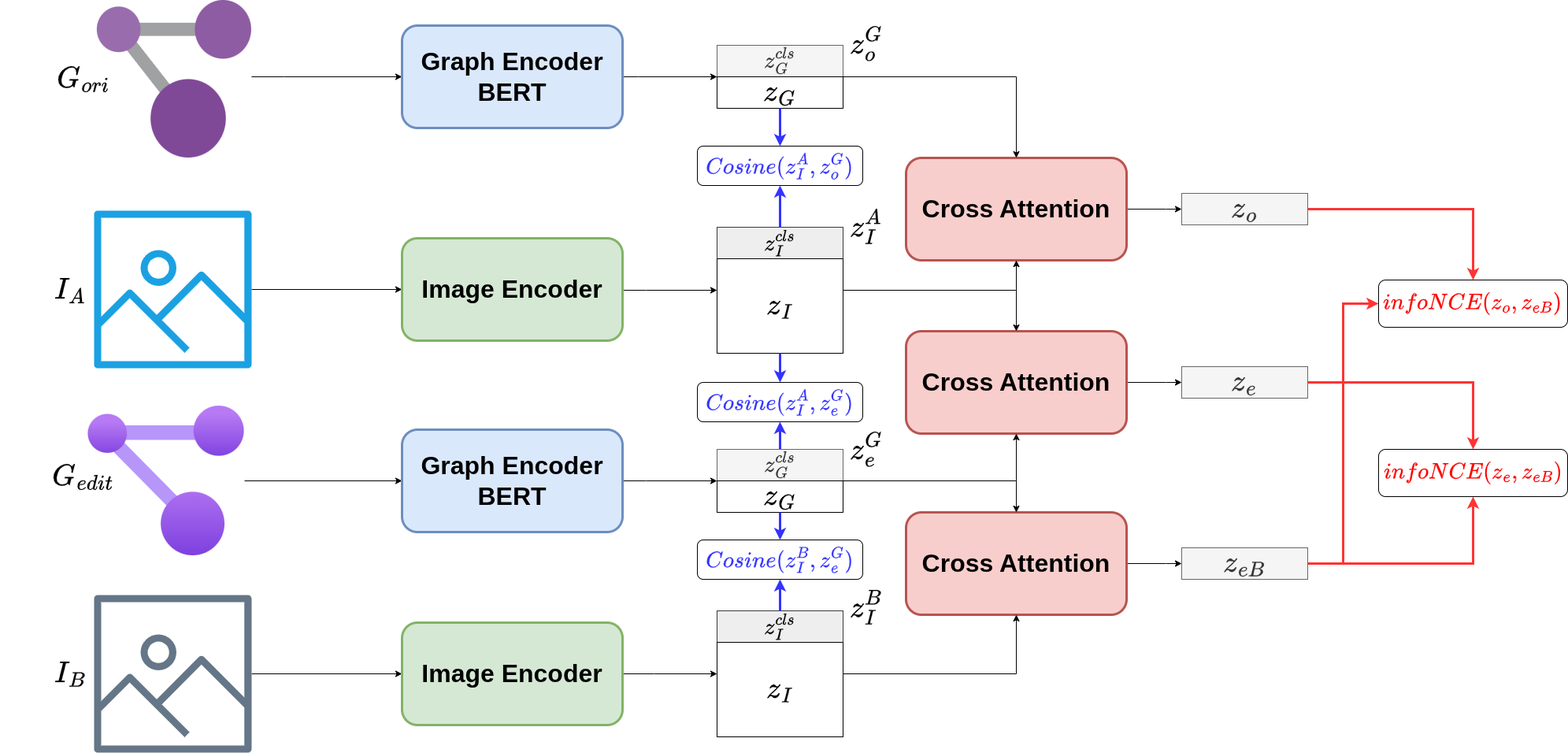
This is Images/CrossEncoder/Proposed_Framework.png from PDD0911-HCMUS/SG-Retrieval, a draw.io export, as it was before one commit. Source tidied: cells renumbered, new cells last; positions are measured from the earlier drawing's top-left corner, leaving out a move shared by most shapes.
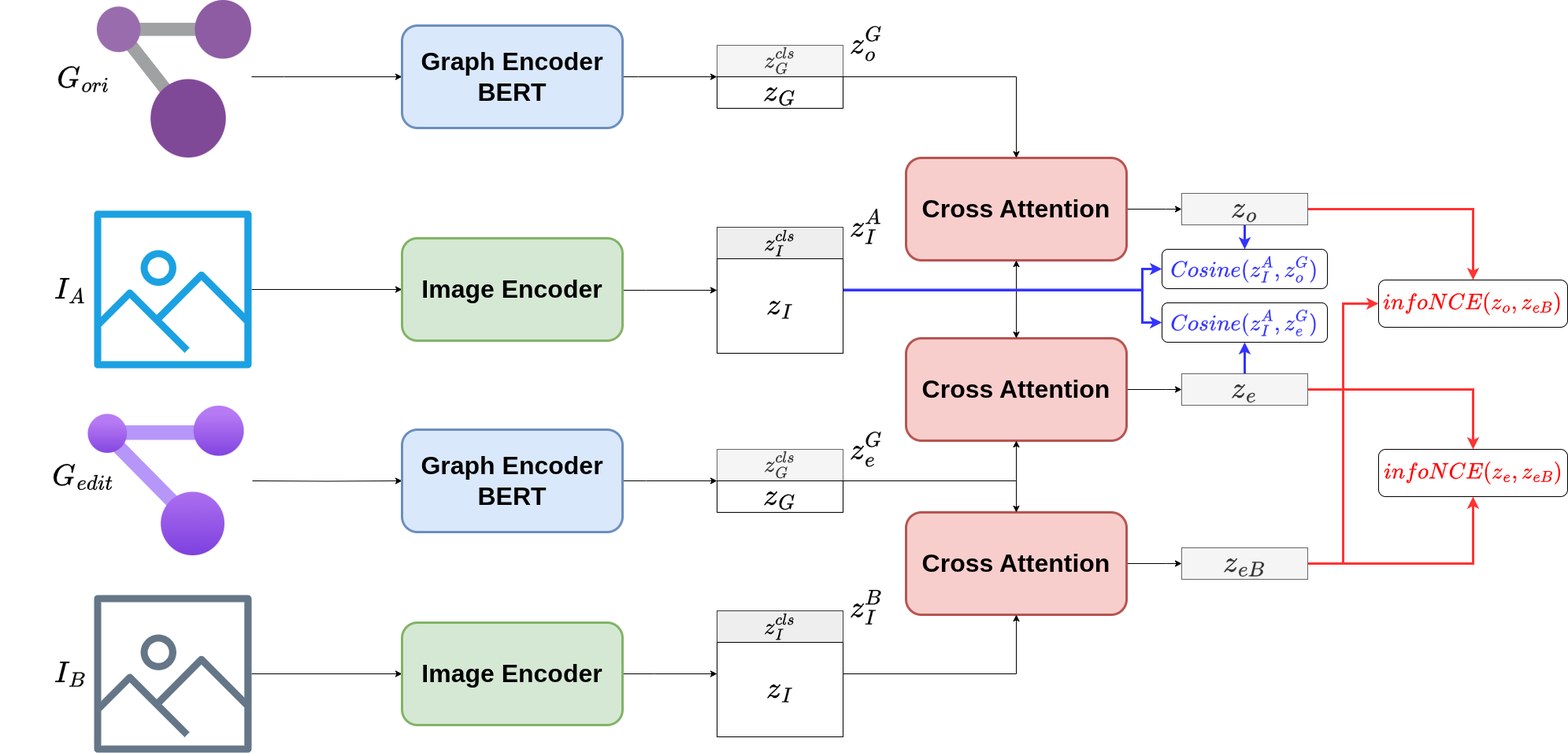
The same diagram one commit later.

What changed in the source:
```diff
@@ -25,8 +25,10 @@
     <mxCell id="7" style="image;sketch=0;html=1;points=[];align=center;fontSize=12;image=img/lib/mscae/Resource_Graph_Explorer.svg;" parent="1" vertex="1">
       <mxGeometry x="122.9" width="196" height="200" as="geometry" />
     </mxCell>
-    <mxCell id="8" style="edgeStyle=orthogonalEdgeStyle;rounded=0;jettySize=auto;html=1;entryX=0;entryY=0.5;entryDx=0;entryDy=0;" parent="1" edge="1" source="9" target="17">
-      <mxGeometry relative="1" as="geometry" />
+    <mxCell id="8" style="edgeStyle=orthogonalEdgeStyle;rounded=0;jettySize=auto;html=1;entryX=0;entryY=0.5;entryDx=0;entryDy=0;" parent="1" edge="1" target="17">
+      <mxGeometry relative="1" as="geometry">
+        <mxPoint x="320" y="610" as="sourcePoint" />
+      </mxGeometry>
     </mxCell>
     <mxCell id="9" style="image;html=1;points=[];align=center;fontSize=12;image=img/lib/azure2/management_governance/Resource_Graph_Explorer.svg;" parent="1" vertex="1">
       <mxGeometry x="111.1" y="515" width="198.9" height="190" as="geometry" />
@@ -79,29 +81,36 @@
     <mxCell id="19" value="Cross Attention" style="rounded=1;whiteSpace=wrap;html=1;fontSize=32;fontStyle=1;fillColor=#f8cecc;strokeColor=#b85450;strokeWidth=3;" parent="1" vertex="1">
       <mxGeometry x="1150" y="650" width="280" height="130" as="geometry" />
     </mxCell>
-    <mxCell id="20" style="edgeStyle=orthogonalEdgeStyle;rounded=0;jettySize=auto;html=1;entryX=0;entryY=0;entryDx=0;entryDy=0;" parent="1" edge="1" source="21">
+    <mxCell id="20" style="edgeStyle=orthogonalEdgeStyle;rounded=0;orthogonalLoop=1;jettySize=auto;html=1;entryX=0;entryY=0;entryDx=0;entryDy=0;" parent="1" edge="1">
       <mxGeometry relative="1" as="geometry">
-        <mxPoint x="1500" y="485" as="targetPoint" />
+        <mxPoint x="1430" y="494" as="sourcePoint" />
+        <mxPoint x="1500" y="494" as="targetPoint" />
         <Array as="points">
-          <mxPoint x="1480" y="485" />
-          <mxPoint x="1480" y="485" />
+          <mxPoint x="1480" y="494" />
+          <mxPoint x="1480" y="494" />
         </Array>
       </mxGeometry>
     </mxCell>
     <mxCell id="21" value="Cross Attention" style="rounded=1;whiteSpace=wrap;html=1;fontSize=32;fontStyle=1;fillColor=#f8cecc;strokeColor=#b85450;strokeWidth=3;" parent="1" vertex="1">
-      <mxGeometry x="1150" y="420" width="280" height="130" as="geometry" />
+      <mxGeometry x="1150" y="429" width="280" height="130" as="geometry" />
     </mxCell>
     <mxCell id="22" style="edgeStyle=orthogonalEdgeStyle;rounded=0;jettySize=auto;html=1;entryX=0.5;entryY=0;entryDx=0;entryDy=0;strokeColor=#FF3333;strokeWidth=3;" parent="1" edge="1" source="23" target="60">
       <mxGeometry relative="1" as="geometry" />
     </mxCell>
+    <mxCell id="67" style="edgeStyle=orthogonalEdgeStyle;rounded=0;jettySize=auto;html=1;strokeColor=#3333FF;strokeWidth=3;" parent="1" edge="1" source="23" target="53">
+      <mxGeometry relative="1" as="geometry" />
+    </mxCell>
     <mxCell id="23" value="$$z_o$$" style="rounded=0;whiteSpace=wrap;html=1;fillColor=#f5f5f5;fontColor=#333333;strokeColor=#666666;fontSize=32;fontStyle=1;" parent="1" vertex="1">
       <mxGeometry x="1500" y="245" width="160" height="40" as="geometry" />
     </mxCell>
     <mxCell id="24" style="edgeStyle=orthogonalEdgeStyle;rounded=0;jettySize=auto;html=1;entryX=0.5;entryY=0;entryDx=0;entryDy=0;strokeColor=#FF3333;strokeWidth=3;" parent="1" edge="1" source="25" target="59">
       <mxGeometry relative="1" as="geometry" />
     </mxCell>
+    <mxCell id="68" style="edgeStyle=orthogonalEdgeStyle;rounded=0;jettySize=auto;html=1;strokeColor=#3333FF;strokeWidth=3;" parent="1" edge="1" source="25" target="51">
+      <mxGeometry relative="1" as="geometry" />
+    </mxCell>
     <mxCell id="25" value="$$z_e$$" style="rounded=0;whiteSpace=wrap;html=1;fillColor=#f5f5f5;fontColor=#333333;strokeColor=#666666;fontSize=32;fontStyle=1;" parent="1" vertex="1">
-      <mxGeometry x="1500" y="465" width="160" height="40" as="geometry" />
+      <mxGeometry x="1500" y="474" width="160" height="40" as="geometry" />
     </mxCell>
     <mxCell id="26" style="edgeStyle=orthogonalEdgeStyle;rounded=0;jettySize=auto;html=1;entryX=0;entryY=0.5;entryDx=0;entryDy=0;strokeColor=#FF3333;strokeWidth=3;" parent="1" edge="1" source="28" target="60">
       <mxGeometry relative="1" as="geometry" />
@@ -181,20 +190,6 @@
     <mxCell id="42" value="$$z_G$$" style="rounded=0;whiteSpace=wrap;html=1;fontSize=32;" parent="40" vertex="1">
       <mxGeometry y="40" width="160" height="40" as="geometry" />
     </mxCell>
-    <mxCell id="43" style="group;" parent="1" vertex="1">
-      <mxGeometry x="910" y="288" width="190" height="160" as="geometry" />
-    </mxCell>
-    <mxCell id="44" value="&lt;span style=&quot;font-size: 24px;&quot;&gt;$$z^{cls}_I$$&lt;/span&gt;" style="rounded=0;whiteSpace=wrap;html=1;fillColor=#eeeeee;strokeColor=#36393d;" parent="43" vertex="1">
-      <mxGeometry width="160" height="40" as="geometry" />
-    </mxCell>
-    <mxCell id="45" value="&lt;span style=&quot;font-size: 32px;&quot;&gt;$$z_I$$&lt;/span&gt;" style="rounded=0;whiteSpace=wrap;html=1;" parent="43" vertex="1">
-      <mxGeometry y="40" width="160" height="120" as="geometry" />
-    </mxCell>
-    <mxCell id="46" style="endArrow=classic;html=1;rounded=0;entryX=0.5;entryY=0;entryDx=0;entryDy=0;strokeColor=#3333FF;strokeWidth=3;" parent="43" edge="1" target="51">
-      <mxGeometry relative="1" as="geometry">
-        <mxPoint x="80" y="160" as="sourcePoint" />
-      </mxGeometry>
-    </mxCell>
     <mxCell id="47" style="endArrow=classic;html=1;rounded=0;entryX=0.5;entryY=0;entryDx=0;entryDy=0;exitX=1;exitY=0;exitDx=0;exitDy=0;" parent="1" edge="1" target="39">
       <mxGeometry relative="1" as="geometry">
         <mxPoint x="1070" y="97" as="sourcePoint" />
@@ -227,32 +222,19 @@
         </Array>
       </mxGeometry>
     </mxCell>
-    <mxCell id="51" value="&lt;span style=&quot;color: rgb(51, 51, 255); font-size: 24px; text-wrap-mode: nowrap;&quot;&gt;$$Cosine(z^{A}_{I},z^{G}_{e})$$&lt;/span&gt;" style="rounded=1;whiteSpace=wrap;html=1;" parent="1" vertex="1">
-      <mxGeometry x="885" y="485" width="210" height="50" as="geometry" />
-    </mxCell>
-    <mxCell id="52" style="endArrow=classic;html=1;rounded=0;entryX=0.5;entryY=1;entryDx=0;entryDy=0;strokeColor=#3333FF;strokeWidth=3;" parent="1" edge="1" target="51">
-      <mxGeometry relative="1" as="geometry">
-        <mxPoint x="990" y="570" as="sourcePoint" />
-      </mxGeometry>
-    </mxCell>
     <mxCell id="53" value="&lt;span style=&quot;color: rgb(51, 51, 255); font-size: 24px; text-wrap-mode: nowrap;&quot;&gt;$$Cosine(z^{A}_{I},z^{G}_{o})$$&lt;/span&gt;" style="rounded=1;whiteSpace=wrap;html=1;" parent="1" vertex="1">
-      <mxGeometry x="885" y="185" width="210" height="50" as="geometry" />
+      <mxGeometry x="1475" y="316" width="210" height="50" as="geometry" />
     </mxCell>
     <mxCell id="54" value="&lt;span style=&quot;font-size: 24px;&quot;&gt;$$z^{cls}_G$$&lt;/span&gt;" style="rounded=0;whiteSpace=wrap;html=1;fillColor=#f5f5f5;fontColor=#333333;strokeColor=#666666;" parent="1" vertex="1">
       <mxGeometry x="910" y="570" width="160" height="40" as="geometry" />
     </mxCell>
-    <mxCell id="55" style="edgeStyle=orthogonalEdgeStyle;rounded=0;jettySize=auto;html=1;entryX=0.5;entryY=0;entryDx=0;entryDy=0;fontColor=#3333FF;strokeColor=#3333FF;strokeWidth=3;" parent="1" edge="1" source="42" target="53">
-      <mxGeometry relative="1" as="geometry" />
-    </mxCell>
-    <mxCell id="56" style="edgeStyle=orthogonalEdgeStyle;rounded=0;jettySize=auto;html=1;entryX=0.5;entryY=1;entryDx=0;entryDy=0;fontColor=#3333FF;strokeColor=#3333FF;strokeWidth=3;" parent="1" edge="1" source="44" target="53">
-      <mxGeometry relative="1" as="geometry" />
+    <mxCell id="56" style="edgeStyle=orthogonalEdgeStyle;rounded=0;jettySize=auto;html=1;fontColor=#3333FF;strokeColor=#3333FF;strokeWidth=3;exitX=0.998;exitY=0.33;exitDx=0;exitDy=0;exitPerimeter=0;entryX=0;entryY=0.5;entryDx=0;entryDy=0;" parent="1" edge="1" source="45" target="53">
+      <mxGeometry relative="1" as="geometry">
+        <Array as="points">
+          <mxPoint x="1450" y="368" />
+        </Array>
+      </mxGeometry>
     </mxCell>
-    <mxCell id="57" value="&lt;span style=&quot;color: rgb(51, 51, 255); font-size: 24px; text-wrap-mode: nowrap;&quot;&gt;$$Cosine(z^{B}_{I},z^{G}_{e})$$&lt;/span&gt;" style="rounded=1;whiteSpace=wrap;html=1;" parent="1" vertex="1">
-      <mxGeometry x="885" y="685" width="210" height="50" as="geometry" />
-    </mxCell>
-    <mxCell id="58" style="edgeStyle=orthogonalEdgeStyle;rounded=0;jettySize=auto;html=1;strokeColor=#3333FF;strokeWidth=3;" parent="1" edge="1" source="30" target="57">
-      <mxGeometry relative="1" as="geometry" />
-    </mxCell>
     <mxCell id="59" value="&lt;span style=&quot;color: rgb(255, 0, 0); font-size: 24px; text-wrap-mode: nowrap;&quot;&gt;$$infoNCE(z_e,z_{eB})$$&lt;/span&gt;" style="rounded=1;whiteSpace=wrap;html=1;" parent="1" vertex="1">
       <mxGeometry x="1750" y="570" width="240" height="60" as="geometry" />
     </mxCell>
@@ -274,8 +256,25 @@
     <mxCell id="65" value="$$z_G$$" style="rounded=0;whiteSpace=wrap;html=1;fontSize=32;" parent="1" vertex="1">
       <mxGeometry x="910" y="610" width="160" height="40" as="geometry" />
     </mxCell>
-    <mxCell id="66" style="endArrow=classic;html=1;rounded=0;entryX=0.5;entryY=0;entryDx=0;entryDy=0;exitX=0.5;exitY=1;exitDx=0;exitDy=0;strokeColor=#3333FF;strokeWidth=3;" parent="1" edge="1" source="65" target="57">
-      <mxGeometry relative="1" as="geometry" />
-    </mxCell>
+    <mxCell id="69" style="group;" parent="1" vertex="1">
+      <mxGeometry x="910" y="288" width="160" height="160" as="geometry" />
+    </mxCell>
+    <mxCell id="44" value="&lt;span style=&quot;font-size: 24px;&quot;&gt;$$z^{cls}_I$$&lt;/span&gt;" style="rounded=0;whiteSpace=wrap;html=1;fillColor=#eeeeee;strokeColor=#36393d;" parent="69" vertex="1">
+      <mxGeometry width="160" height="40" as="geometry" />
+    </mxCell>
+    <mxCell id="45" value="&lt;span style=&quot;font-size: 32px;&quot;&gt;$$z_I$$&lt;/span&gt;" style="rounded=0;whiteSpace=wrap;html=1;" parent="69" vertex="1">
+      <mxGeometry y="40" width="160" height="120" as="geometry" />
+    </mxCell>
+    <mxCell id="51" value="&lt;span style=&quot;color: rgb(51, 51, 255); font-size: 24px; text-wrap-mode: nowrap;&quot;&gt;$$Cosine(z^{A}_{I},z^{G}_{e})$$&lt;/span&gt;" style="rounded=1;whiteSpace=wrap;html=1;" parent="1" vertex="1">
+      <mxGeometry x="1475" y="384" width="210" height="50" as="geometry" />
+    </mxCell>
+    <mxCell id="70" style="edgeStyle=orthogonalEdgeStyle;rounded=0;jettySize=auto;html=1;entryX=0;entryY=0.5;entryDx=0;entryDy=0;exitX=1.002;exitY=0.333;exitDx=0;exitDy=0;exitPerimeter=0;strokeColor=#3333FF;strokeWidth=3;" parent="1" edge="1" source="45" target="51">
+      <mxGeometry relative="1" as="geometry">
+        <Array as="points">
+          <mxPoint x="1450" y="368" />
+          <mxPoint x="1450" y="409" />
+        </Array>
+      </mxGeometry>
+    </mxCell>
   </root>
 </mxGraphModel>
```
